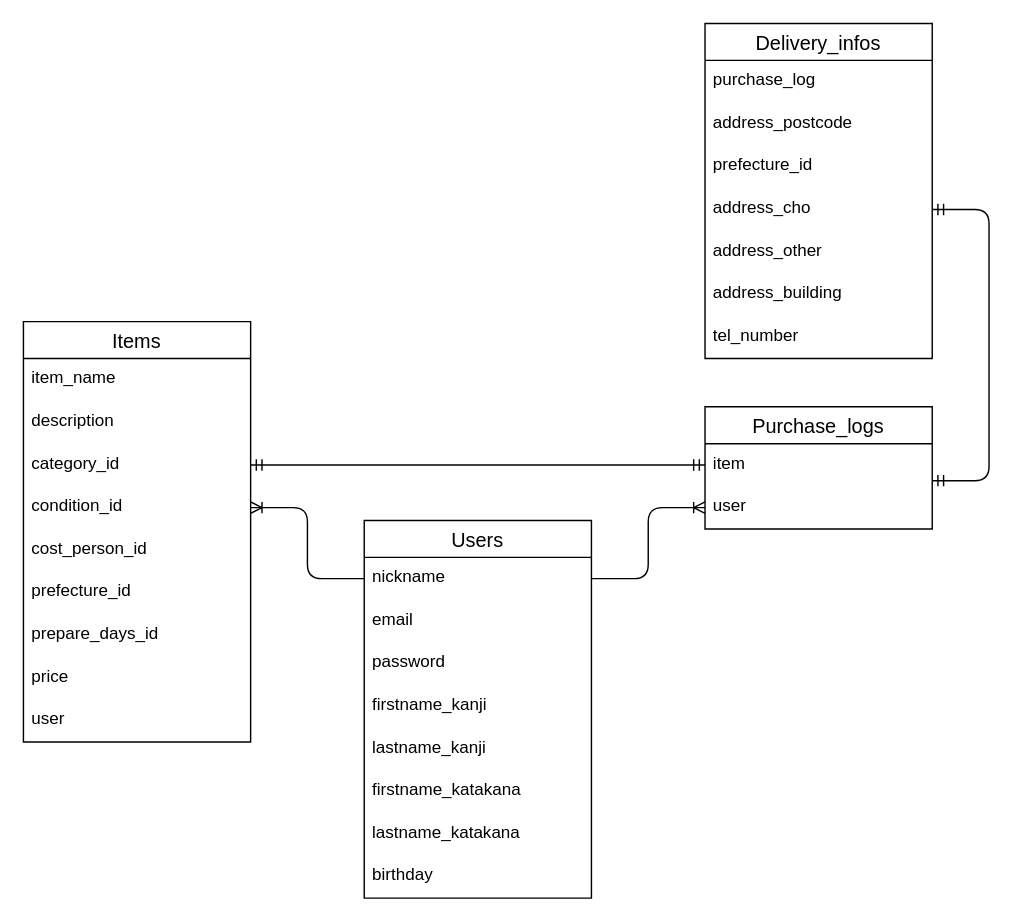
Before: ER.dio in mya-24/furima-38421, a draw.io diagram. Source tidied: cells renumbered, new cells numbered last; positions are measured from the earlier drawing's top-left corner, leaving out a move shared by most shapes. Both pictures are drawn from the tidied source at 142%, with x=0, y=0 at pixel (23, 23).
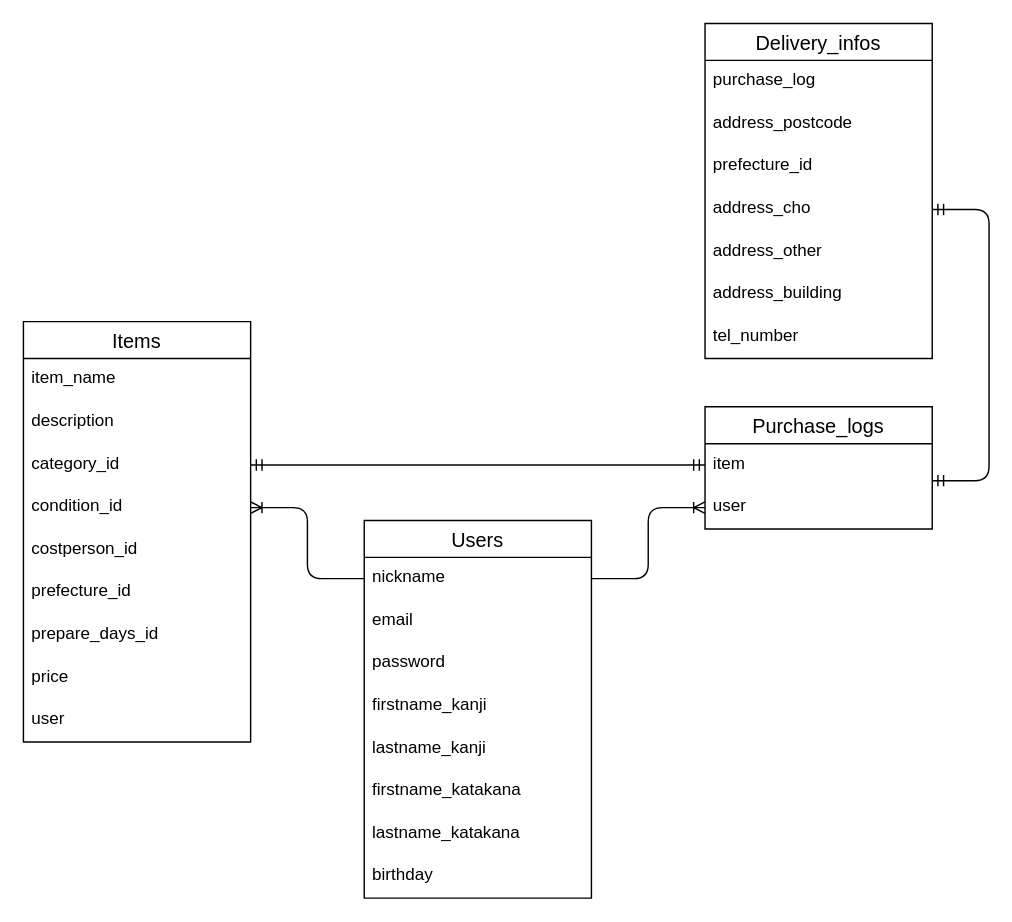
The same diagram, later.

The change refers to these unchanged cells:
```xml
<mxCell id="11" value="Items" style="swimlane;fontStyle=0;horizontal=1;startSize=26;align=center;fontSize=14;" parent="1" vertex="1">
  <mxGeometry y="210" width="160" height="296" as="geometry" />
</mxCell>
```

What changed in the source:
```diff
@@
-    <mxCell id="16" value="cost_person_id" style="text;strokeColor=none;fillColor=none;spacingLeft=4;spacingRight=4;overflow=hidden;fontSize=12;" parent="11" vertex="1">
+    <mxCell id="16" value="costperson_id" style="text;strokeColor=none;fillColor=none;spacingLeft=4;spacingRight=4;overflow=hidden;fontSize=12;" parent="11" vertex="1">
       <mxGeometry y="146" width="160" height="30" as="geometry" />
     </mxCell>
```
